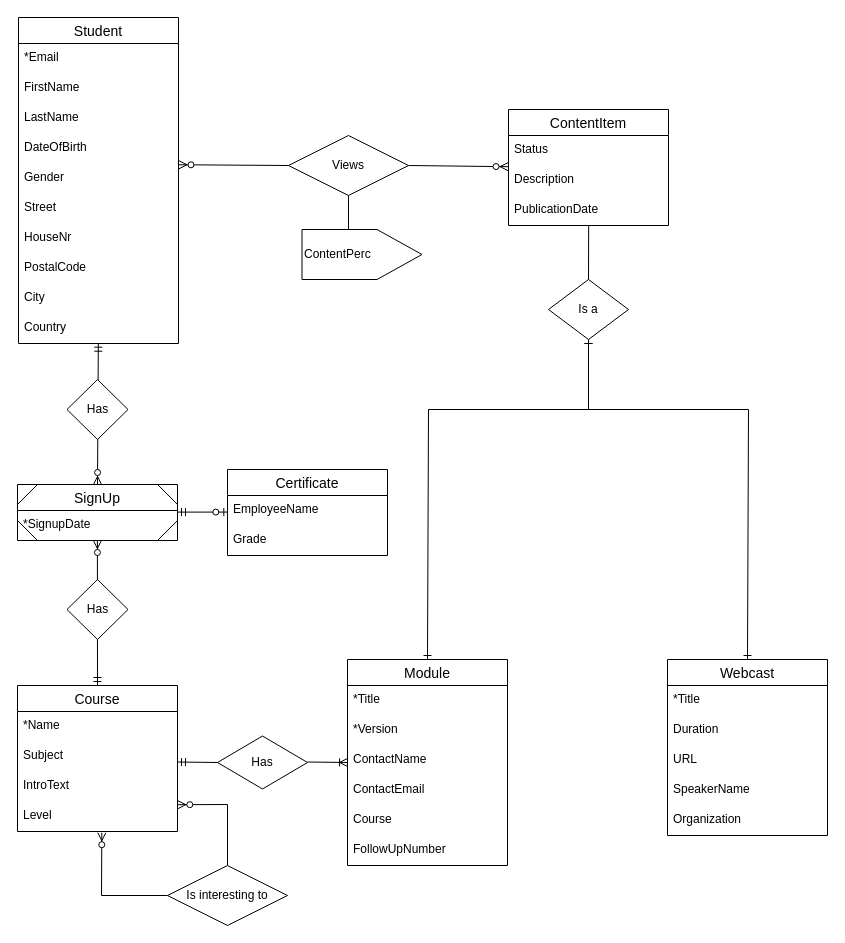
This is page "ERD" (2 of 2) of Diagrams/Class Diagram en ERD Improved.drawio from TeaDrinkingProgrammer/MRLS-programmeren2, a draw.io file, before an edit. Source tidied: cells renumbered, new cells numbered last; positions are measured from the earlier drawing's top-left corner, leaving out a move shared by most shapes. Both pictures are drawn from the tidied source at 100%, with x=0, y=0 at pixel (17, 17).
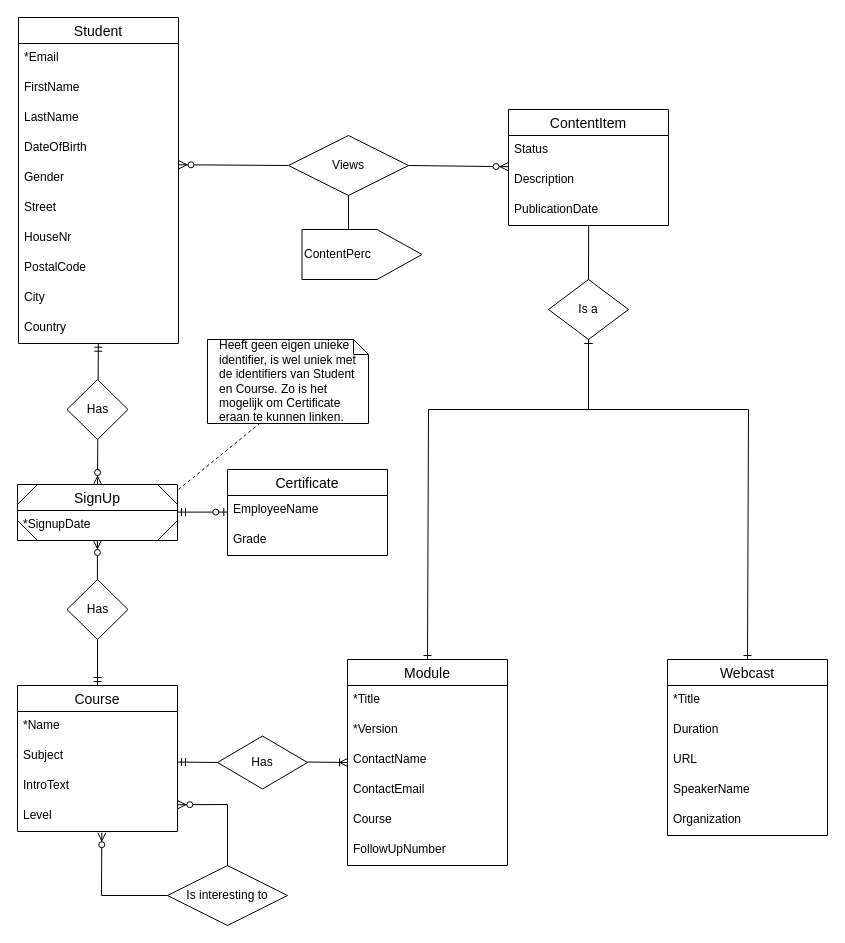
After the change.

What changed in the source:
```diff
@@
+    <mxCell id="64" value="Heeft geen eigen unieke identifier, is wel uniek met de identifiers van Student en Course. Zo is het mogelijk om Certificate eraan te kunnen linken." style="shape=note;size=15;align=left;spacingLeft=10;html=1;whiteSpace=wrap;" parent="1" vertex="1">
+      <mxGeometry x="190" y="322" width="161" height="84" as="geometry" />
+    </mxCell>
+    <mxCell id="65" style="edgeStyle=none;endArrow=none;exitX=0.327;exitY=0.995;dashed=1;html=1;exitDx=0;exitDy=0;exitPerimeter=0;" parent="1" edge="1" source="64">
+      <mxGeometry x="1" relative="1" as="geometry">
+        <mxPoint x="161" y="472" as="targetPoint" />
+      </mxGeometry>
+    </mxCell>
```
